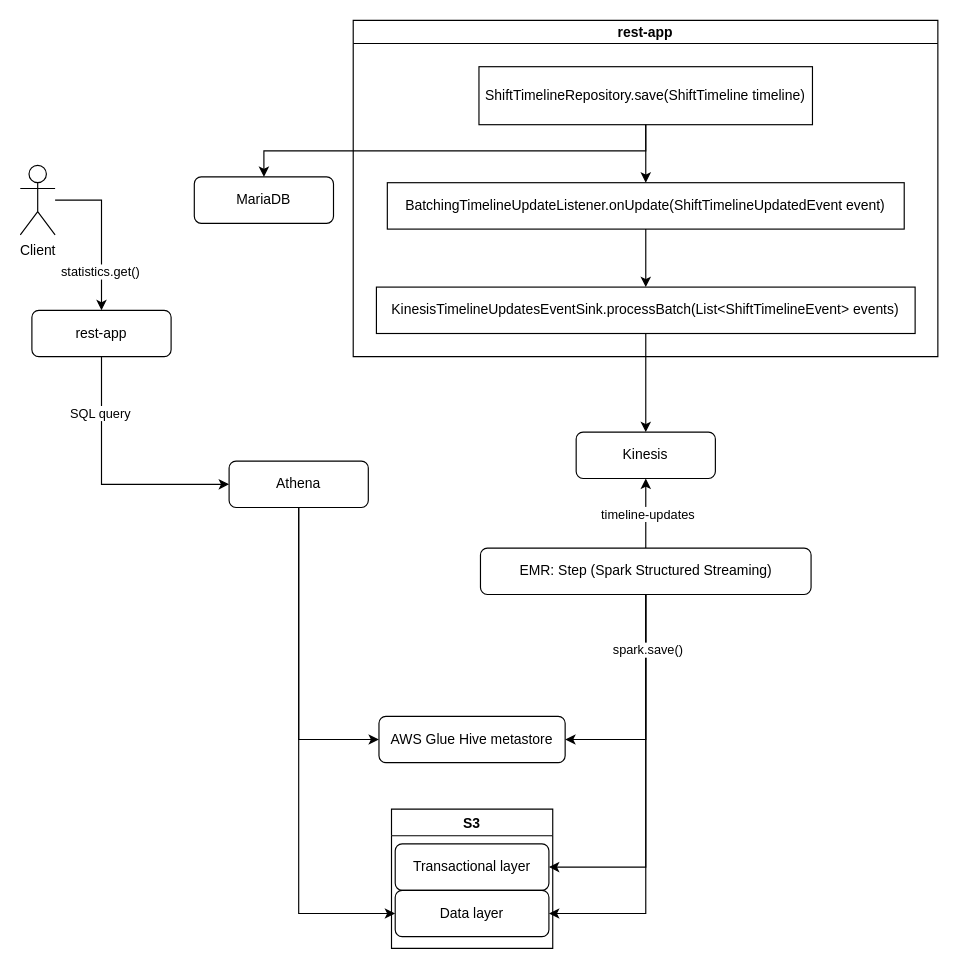
Earlier version of the draw.io diagram diagrams/reporting.drawio (evoconou/draw.io). Source tidied: cells renumbered, new cells numbered last; positions are measured from the earlier drawing's top-left corner, leaving out a move shared by most shapes. Both pictures are drawn from the tidied source at 116%, with x=0, y=0 at pixel (20, 20).
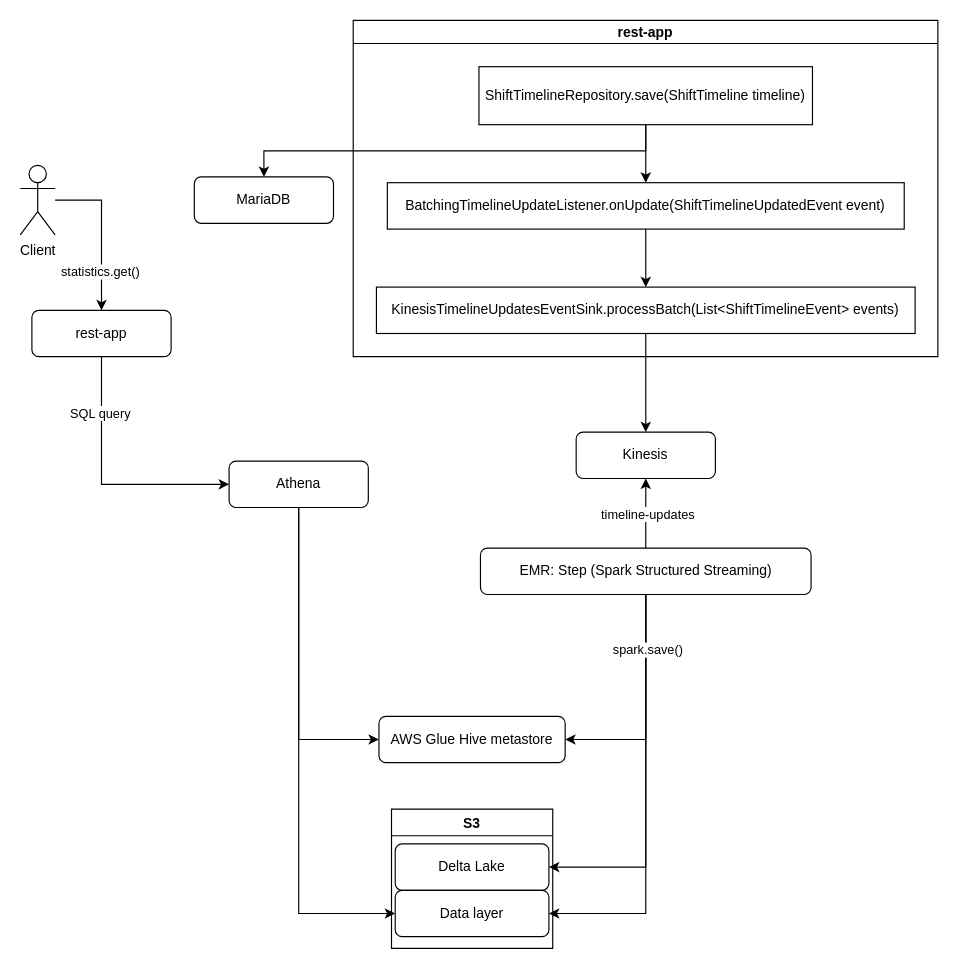
The same diagram, later.

The change refers to these unchanged cells:
```xml
<mxCell id="22" value="S3" style="swimlane;" parent="1" vertex="1">
  <mxGeometry x="320" y="680" width="139" height="120" as="geometry" />
</mxCell>
```

What changed in the source:
```diff
@@
-    <mxCell id="23" value="Transactional layer" style="rounded=1;whiteSpace=wrap;html=1;fontSize=12;glass=0;strokeWidth=1;shadow=0;" parent="22" vertex="1">
+    <mxCell id="23" value="Delta Lake" style="rounded=1;whiteSpace=wrap;html=1;fontSize=12;glass=0;strokeWidth=1;shadow=0;" parent="22" vertex="1">
       <mxGeometry x="3.2" y="30" width="132.5" height="40" as="geometry" />
     </mxCell>
```
